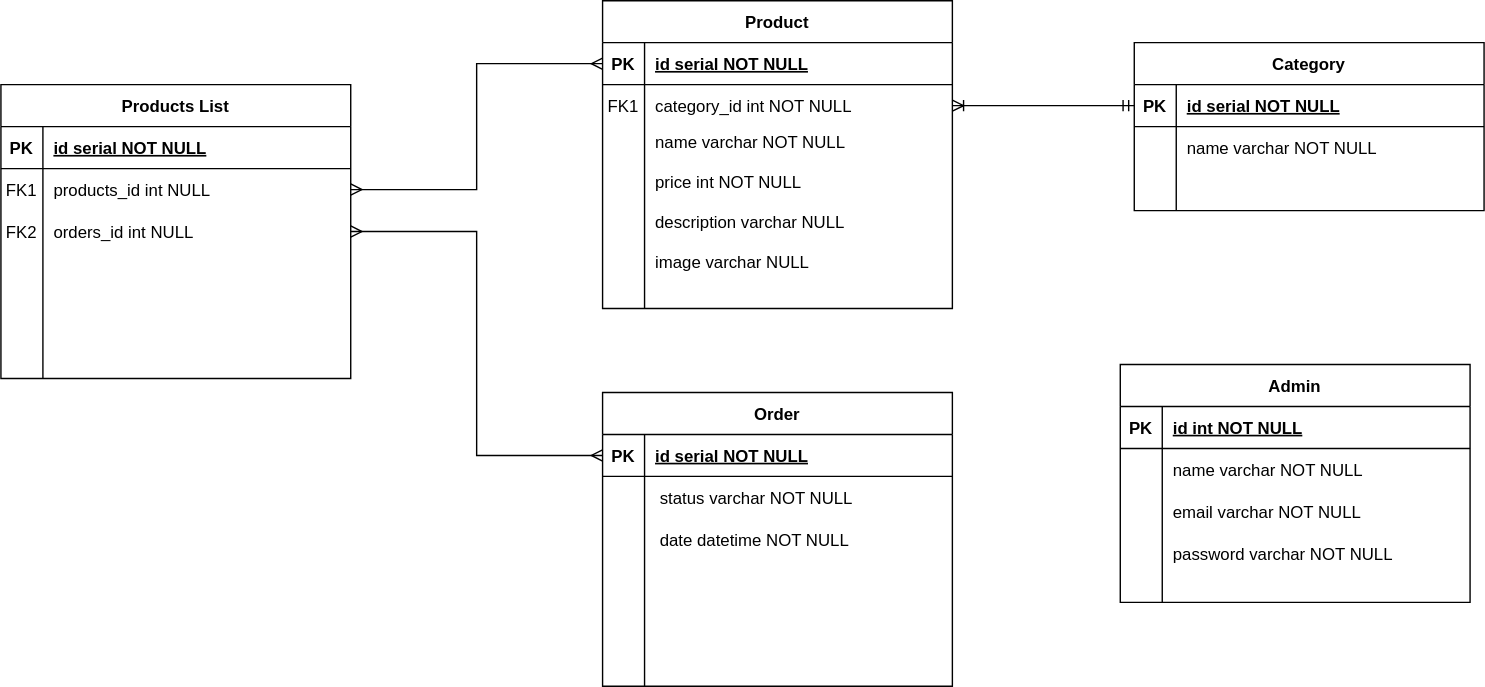
brunocamposal/kitchin-kanri keeps this draw.io diagram as kitchin.svg. Above is the earlier version. Source tidied: cells renumbered, new cells last; positions are measured from the earlier drawing's top-left corner, leaving out a move shared by most shapes.
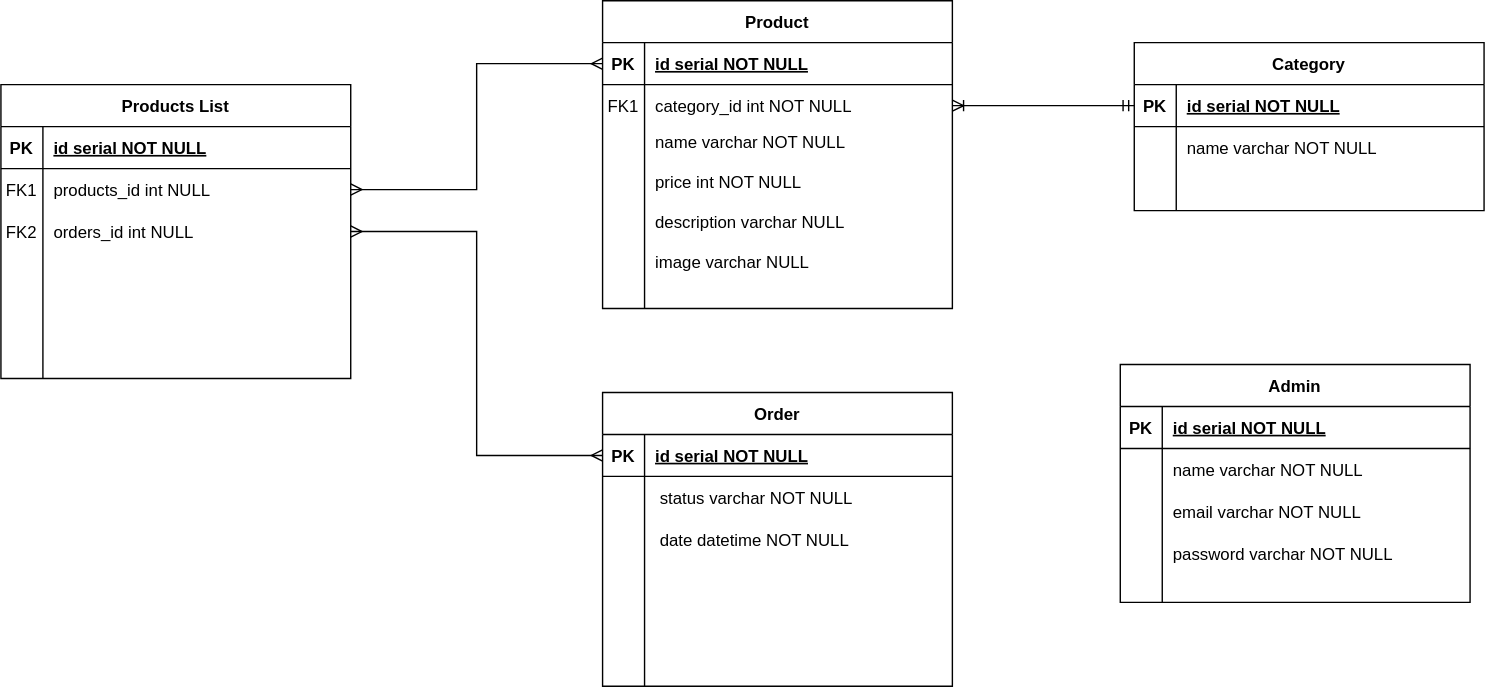
After the commit.

Commit message:
feature/develop: update kitchin.svg

The edit, as a diff of the source:
```diff
@@ -179,7 +179,7 @@
     <mxCell id="60" value="PK" style="shape=partialRectangle;overflow=hidden;fillColor=none;top=0;left=0;bottom=0;right=0;fontStyle=1;" parent="59" vertex="1">
       <mxGeometry width="30" height="30" as="geometry" />
     </mxCell>
-    <mxCell id="61" value="id int NOT NULL " style="shape=partialRectangle;overflow=hidden;fillColor=none;top=0;left=0;bottom=0;right=0;align=left;spacingLeft=6;fontStyle=5;" parent="59" vertex="1">
+    <mxCell id="61" value="id serial NOT NULL " style="shape=partialRectangle;overflow=hidden;fillColor=none;top=0;left=0;bottom=0;right=0;align=left;spacingLeft=6;fontStyle=5;" parent="59" vertex="1">
       <mxGeometry x="30" width="220" height="30" as="geometry" />
     </mxCell>
     <mxCell id="62" style="shape=partialRectangle;fillColor=none;top=0;left=0;right=0;bottom=0;" parent="58" vertex="1">
```
